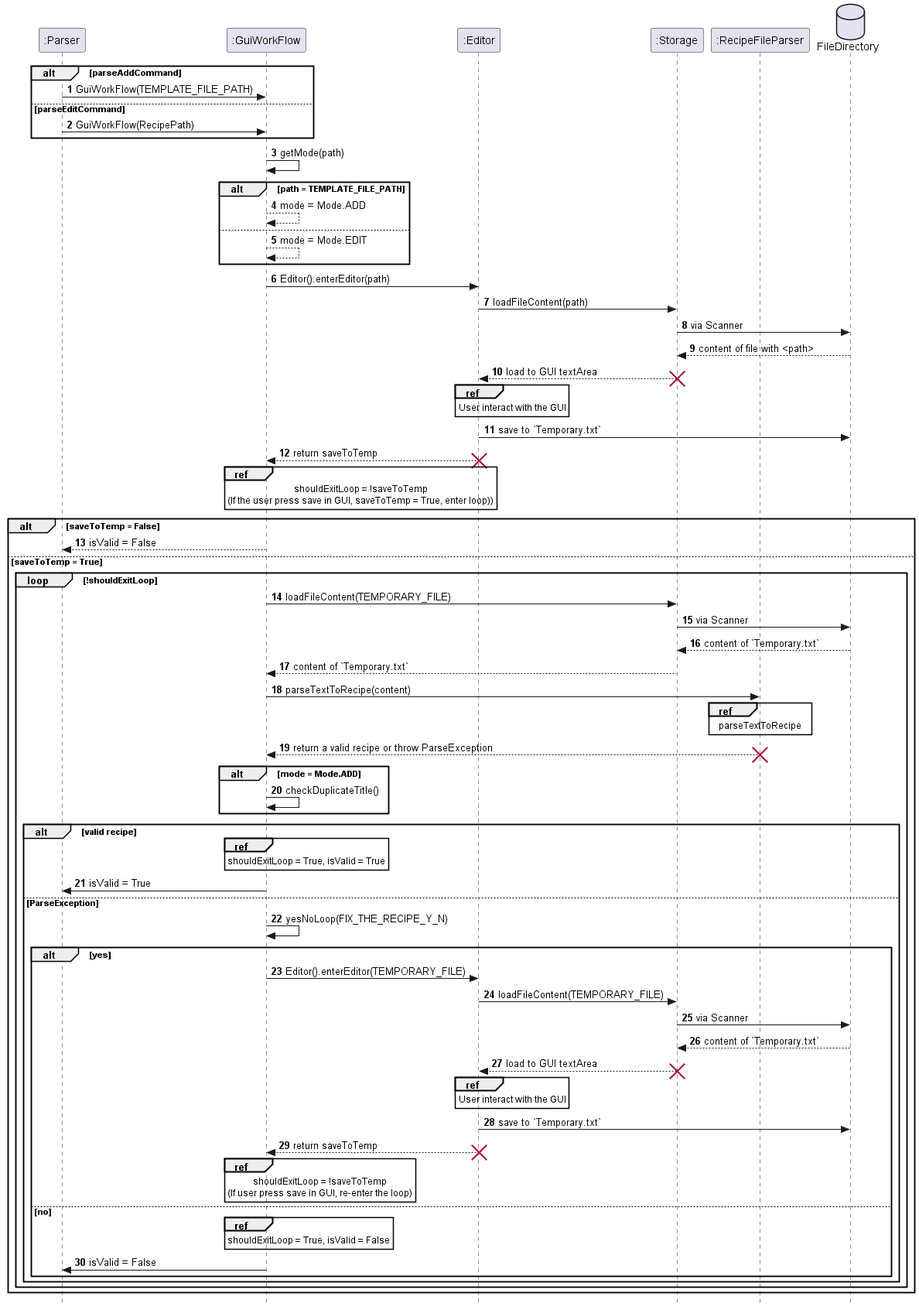
The PlantUML diagram docs/images/SequenceDiagram/GUISequence.png in nus-cs2113-AY2223S1/tp, before a commit.
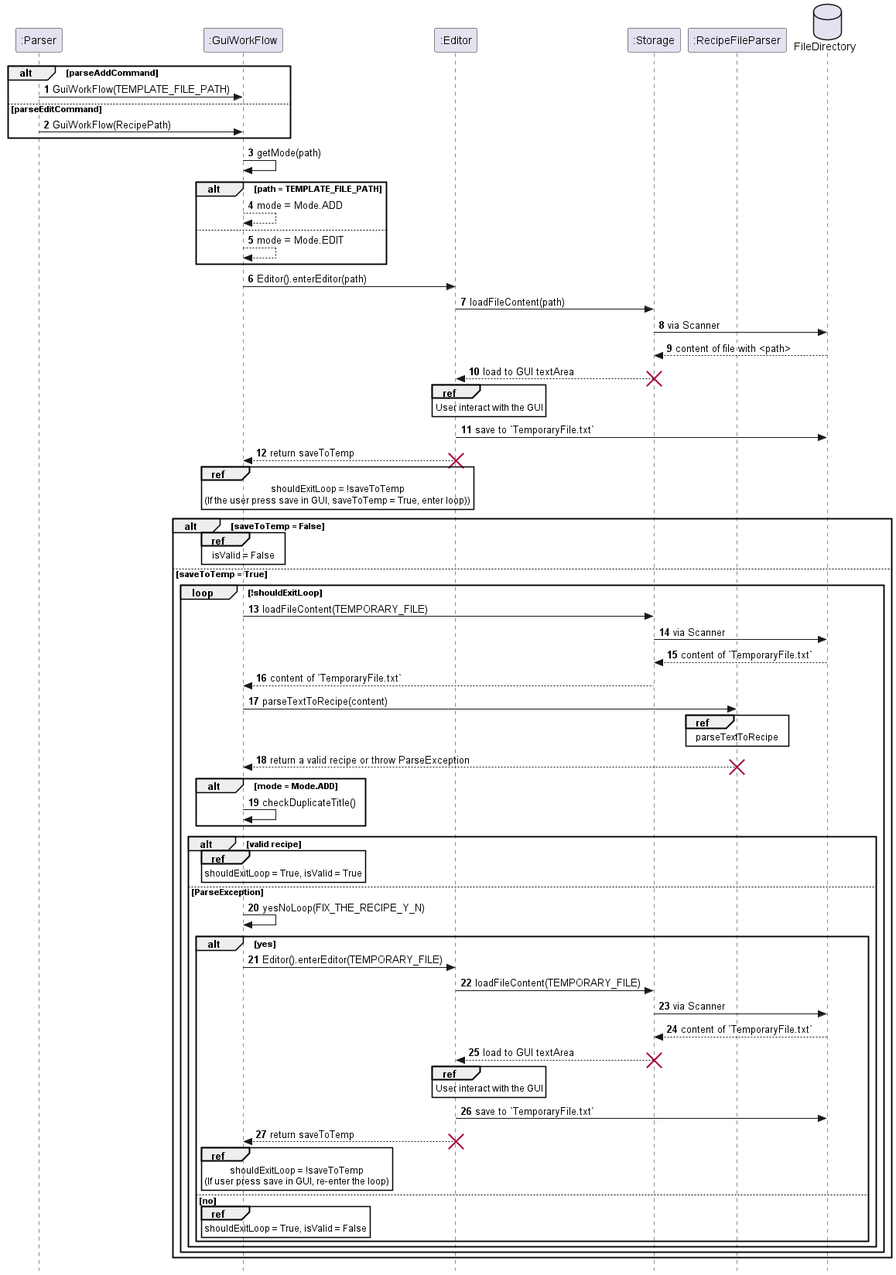
After the change.

Diff of the diagram source:
```diff
@@ -35,7 +35,7 @@
 ref over editor
 User interact with the GUI
 end
-editor -> FileDirectory: save to `Temporary.txt`
+editor -> FileDirectory: save to `TemporaryFile.txt`
 editor --> gui: return saveToTemp
 destroy editor
 ref over gui
@@ -43,13 +43,16 @@
 (If the user press save in GUI, saveToTemp = True, enter loop))
 end
 alt saveToTemp = False
-gui --> parser: isValid = False
+ref over gui
+isValid = False
+end
+
 else saveToTemp = True
 loop !shouldExitLoop
 gui -> store: loadFileContent(TEMPORARY_FILE)
 store -> FileDirectory: via Scanner
-FileDirectory --> store: content of `Temporary.txt`
-store --> gui: content of `Temporary.txt`
+FileDirectory --> store: content of `TemporaryFile.txt`
+store --> gui: content of `TemporaryFile.txt`
 gui -> recipeparse: parseTextToRecipe(content)
 ref over recipeparse
     parseTextToRecipe
@@ -64,7 +67,6 @@
 ref over gui
 shouldExitLoop = True, isValid = True
 end
-gui -> parser: isValid = True
 else ParseException
 gui -> gui: yesNoLoop(FIX_THE_RECIPE_Y_N)
 alt yes
@@ -72,13 +74,13 @@
 
 editor -> store: loadFileContent(TEMPORARY_FILE)
 store -> FileDirectory: via Scanner
-FileDirectory --> store: content of `Temporary.txt`
+FileDirectory --> store: content of `TemporaryFile.txt`
 store --> editor: load to GUI textArea
 destroy store
 ref over editor
 User interact with the GUI
 end
-editor -> FileDirectory: save to `Temporary.txt`
+editor -> FileDirectory: save to `TemporaryFile.txt`
 
 editor --> gui: return saveToTemp
 destroy editor
@@ -91,7 +93,6 @@
 ref over gui
 shouldExitLoop = True, isValid = False
 end
-gui -> parser: isValid = False
 end
 
 end
```
